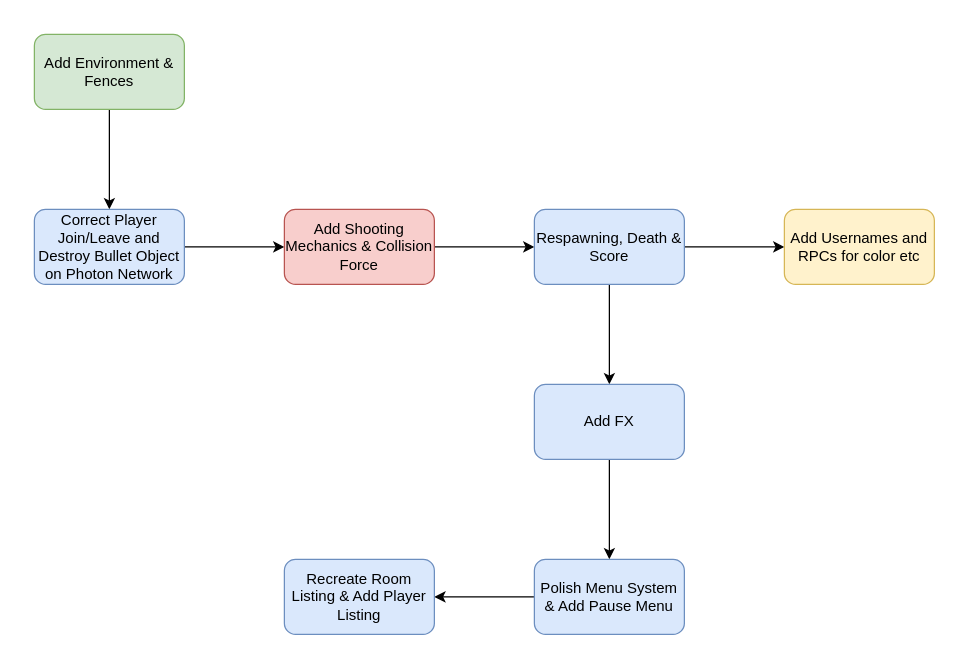
Above: Untitled Diagram.drawio in coded-21/orgDiags (draw.io), before the change. Source tidied: cells renumbered, new cells numbered last; positions are measured from the earlier drawing's top-left corner, leaving out a move shared by most shapes. Both pictures are drawn from the tidied source at 125%, with x=0, y=0 at pixel (34, 34).
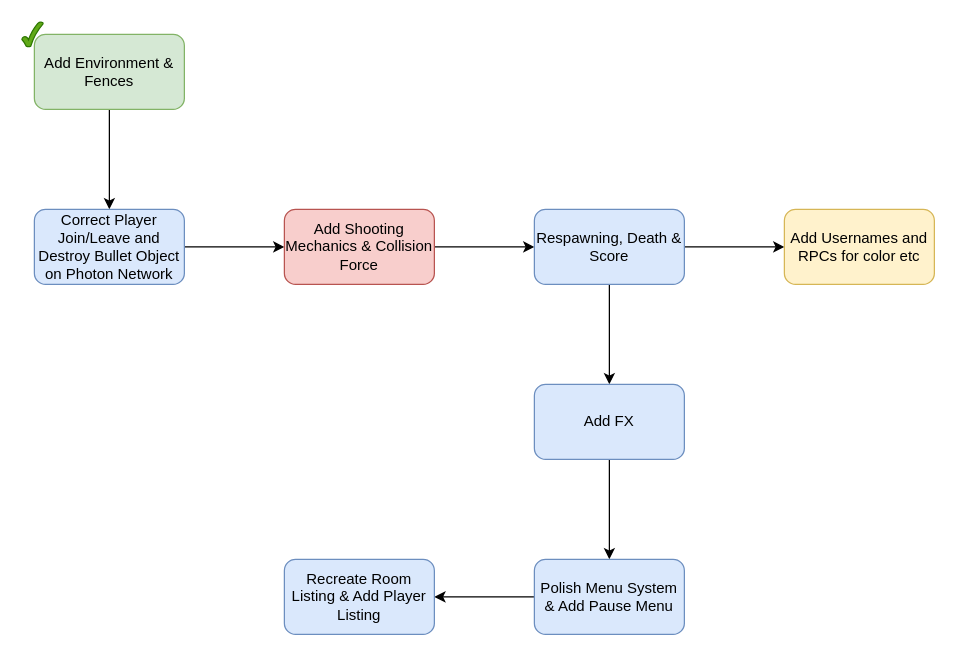
Above is the later version.

Diff of the diagram source:
```diff
@@
 <mxGraphModel>
   <root>
     <mxCell id="0" />
     <mxCell id="1" parent="0" />
     <mxCell id="2" style="edgeStyle=orthogonalEdgeStyle;rounded=0;jettySize=auto;html=1;" parent="1" edge="1" source="3" target="5">
       <mxGeometry relative="1" as="geometry" />
     </mxCell>
     <mxCell id="3" value="Add Environment &amp;amp; Fences" style="rounded=1;whiteSpace=wrap;html=1;fillColor=#d5e8d4;strokeColor=#82b366;" parent="1" vertex="1">
       <mxGeometry width="120" height="60" as="geometry" />
     </mxCell>
     <mxCell id="4" style="edgeStyle=orthogonalEdgeStyle;rounded=0;jettySize=auto;html=1;" parent="1" edge="1" source="5" target="7">
       <mxGeometry relative="1" as="geometry" />
     </mxCell>
     <mxCell id="5" value="Correct Player Join/Leave and Destroy Bullet Object on Photon Network" style="whiteSpace=wrap;html=1;rounded=1;fillColor=#dae8fc;strokeColor=#6c8ebf;" parent="1" vertex="1">
       <mxGeometry y="140" width="120" height="60" as="geometry" />
     </mxCell>
     <mxCell id="6" style="edgeStyle=orthogonalEdgeStyle;rounded=0;jettySize=auto;html=1;" parent="1" edge="1" source="7" target="10">
       <mxGeometry relative="1" as="geometry" />
     </mxCell>
     <mxCell id="7" value="Add Shooting Mechanics &amp;amp; Collision Force" style="whiteSpace=wrap;html=1;rounded=1;fillColor=#f8cecc;strokeColor=#b85450;" parent="1" vertex="1">
       <mxGeometry x="200" y="140" width="120" height="60" as="geometry" />
     </mxCell>
     <mxCell id="8" style="edgeStyle=orthogonalEdgeStyle;rounded=0;jettySize=auto;html=1;" parent="1" edge="1" source="10" target="12">
       <mxGeometry relative="1" as="geometry" />
     </mxCell>
     <mxCell id="9" style="edgeStyle=orthogonalEdgeStyle;rounded=0;jettySize=auto;html=1;" parent="1" edge="1" source="10" target="16">
       <mxGeometry relative="1" as="geometry" />
     </mxCell>
     <mxCell id="10" value="Respawning, Death &amp;amp; Score" style="whiteSpace=wrap;html=1;rounded=1;fillColor=#dae8fc;strokeColor=#6c8ebf;" parent="1" vertex="1">
       <mxGeometry x="400" y="140" width="120" height="60" as="geometry" />
     </mxCell>
     <mxCell id="11" style="edgeStyle=orthogonalEdgeStyle;rounded=0;jettySize=auto;html=1;" parent="1" edge="1" source="12" target="14">
       <mxGeometry relative="1" as="geometry" />
     </mxCell>
     <mxCell id="12" value="Add FX" style="whiteSpace=wrap;html=1;rounded=1;fillColor=#dae8fc;strokeColor=#6c8ebf;" parent="1" vertex="1">
       <mxGeometry x="400" y="280" width="120" height="60" as="geometry" />
     </mxCell>
     <mxCell id="13" style="edgeStyle=orthogonalEdgeStyle;rounded=0;jettySize=auto;html=1;" parent="1" edge="1" source="14" target="15">
       <mxGeometry relative="1" as="geometry" />
     </mxCell>
     <mxCell id="14" value="Polish Menu System &amp;amp; Add Pause Menu" style="whiteSpace=wrap;html=1;rounded=1;fillColor=#dae8fc;strokeColor=#6c8ebf;" parent="1" vertex="1">
       <mxGeometry x="400" y="420" width="120" height="60" as="geometry" />
     </mxCell>
     <mxCell id="15" value="Recreate Room Listing &amp;amp; Add Player Listing" style="whiteSpace=wrap;html=1;rounded=1;fillColor=#dae8fc;strokeColor=#6c8ebf;" parent="1" vertex="1">
       <mxGeometry x="200" y="420" width="120" height="60" as="geometry" />
     </mxCell>
     <mxCell id="16" value="Add Usernames and RPCs for color etc" style="whiteSpace=wrap;html=1;rounded=1;fillColor=#fff2cc;strokeColor=#d6b656;" parent="1" vertex="1">
       <mxGeometry x="600" y="140" width="120" height="60" as="geometry" />
     </mxCell>
+    <mxCell id="17" style="verticalLabelPosition=bottom;verticalAlign=top;html=1;shape=mxgraph.basic.tick;fillColor=#60a917;strokeColor=#2D7600;fontColor=#ffffff;" parent="1" vertex="1">
+      <mxGeometry x="-10" y="-10" width="17" height="20" as="geometry" />
+    </mxCell>
   </root>
 </mxGraphModel>
```
